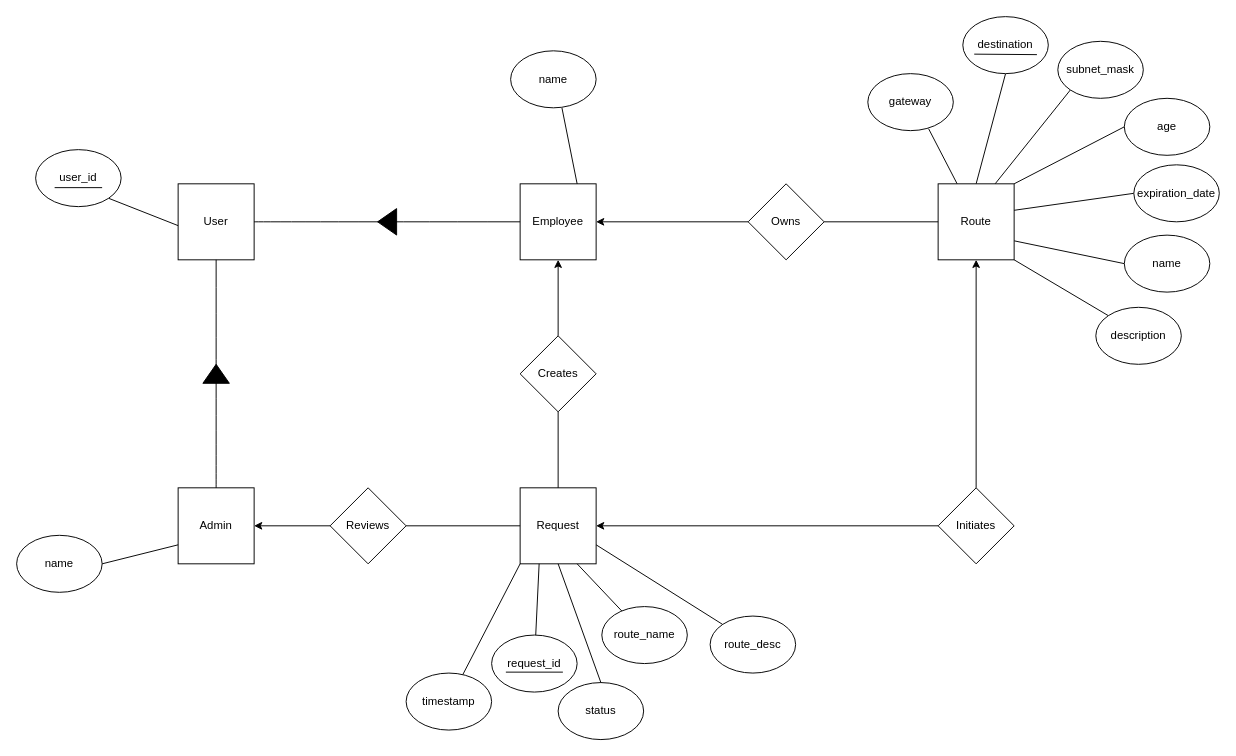
macsyd/csc370-database-project keeps this draw.io diagram as vpn-routing-erd.drawio. Above is the earlier version. Source tidied: cells renumbered, new cells numbered last; positions are measured from the earlier drawing's top-left corner, leaving out a move shared by most shapes. Both pictures are drawn from the tidied source at 95%, with x=0, y=0 at pixel (16, 16).
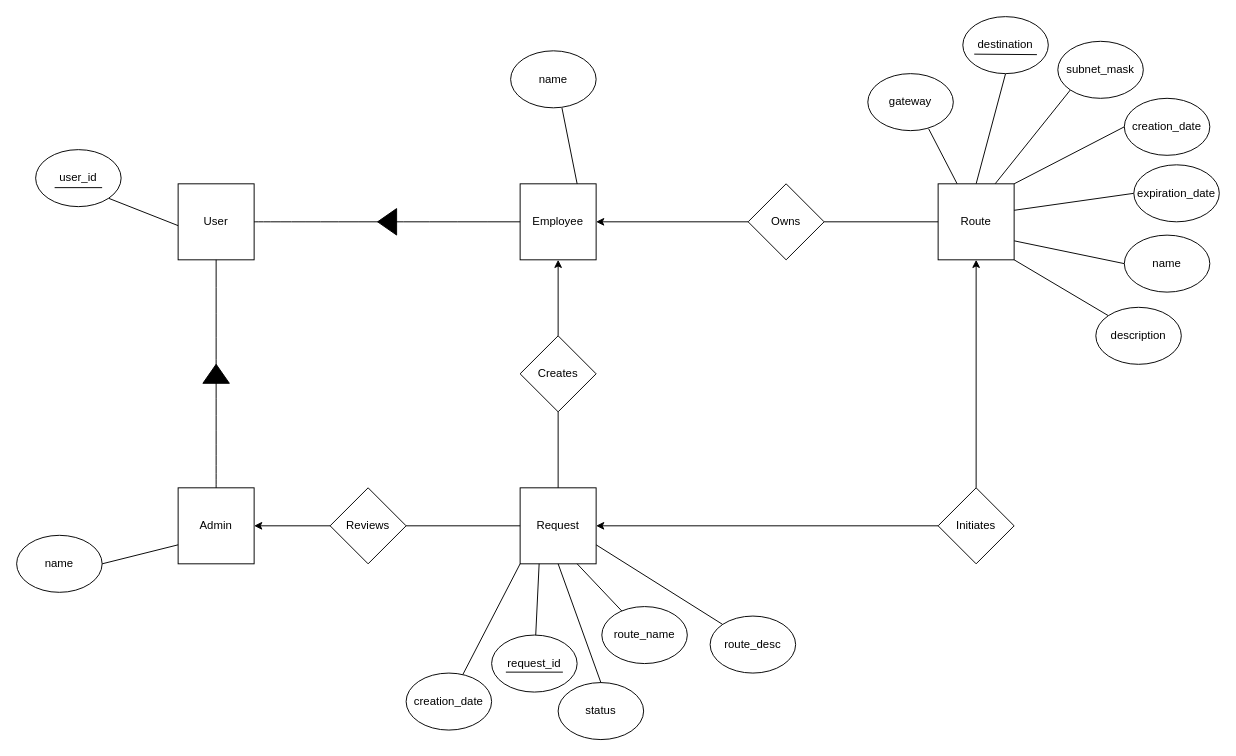
The same diagram, later.

Commit message:
Update vpn-routing-erd.drawio attribute names

The edit, as a diff of the source:
```diff
@@
-    <mxCell id="14" value="age" style="ellipse;whiteSpace=wrap;html=1;" parent="1" vertex="1">
+    <mxCell id="14" value="creation_date" style="ellipse;whiteSpace=wrap;html=1;" parent="1" vertex="1">
       <mxGeometry x="1166" y="86" width="90" height="60" as="geometry" />
     </mxCell>
@@
-    <mxCell id="23" value="timestamp" style="ellipse;whiteSpace=wrap;html=1;" parent="1" vertex="1">
+    <mxCell id="23" value="creation_date" style="ellipse;whiteSpace=wrap;html=1;" parent="1" vertex="1">
       <mxGeometry x="410" y="691" width="90" height="60" as="geometry" />
     </mxCell>
```
